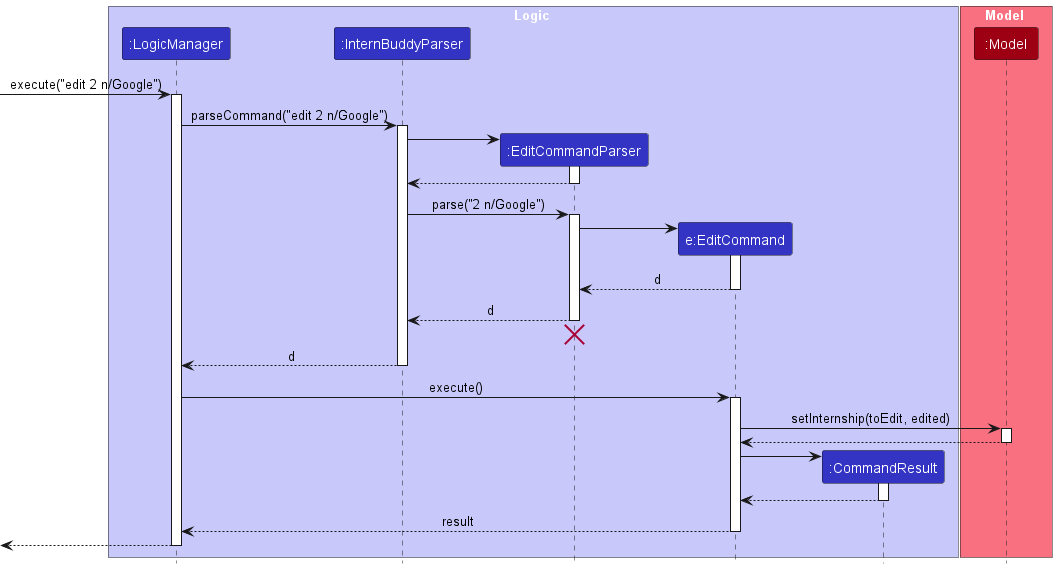
The PlantUML diagram docs/images/EditSequenceDiagram.png in nus-cs2103-AY2223S2/tp, before a commit.
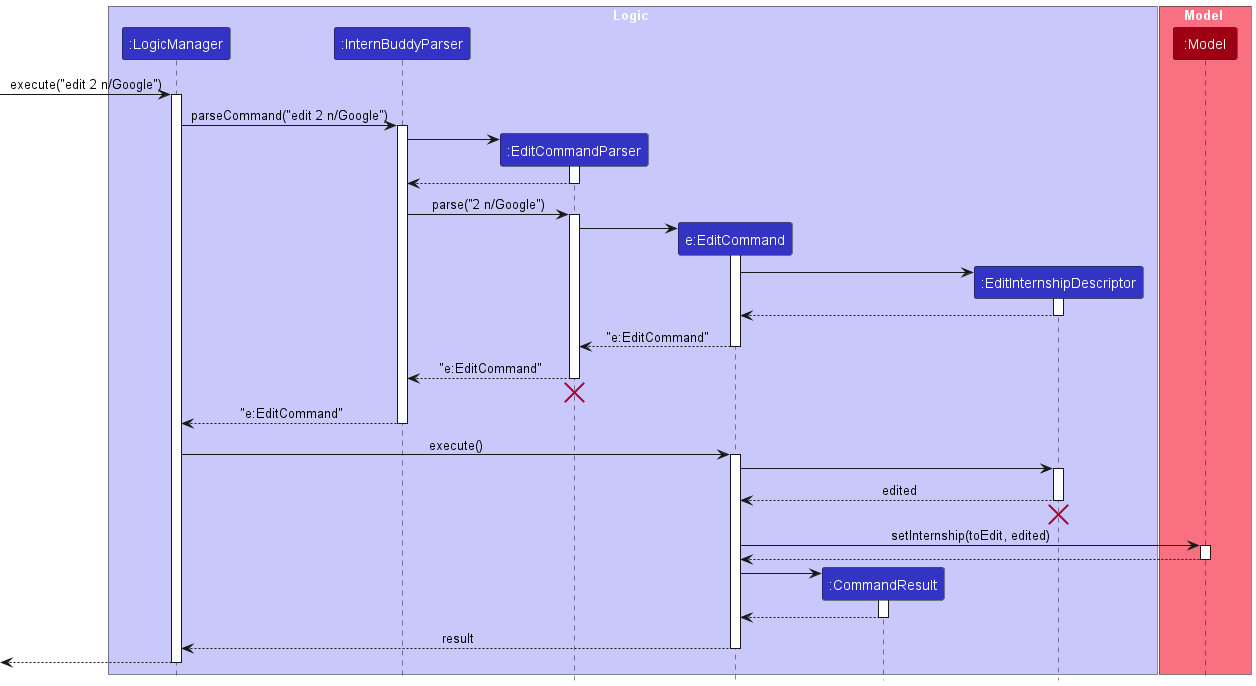
The same file after the commit.

The edit, as a diff of the source:
```diff
@@ -7,6 +7,7 @@
 participant ":EditCommandParser" as EditCommandParser LOGIC_COLOR
 participant "e:EditCommand" as EditCommand LOGIC_COLOR
 participant ":CommandResult" as CommandResult LOGIC_COLOR
+participant ":EditInternshipDescriptor" as Descriptor LOGIC_COLOR
 end box
 
 box Model MODEL_COLOR_T1
@@ -32,21 +33,30 @@
 create EditCommand
 EditCommandParser -> EditCommand
 activate EditCommand
-
-EditCommand --> EditCommandParser : d
+create Descriptor
+EditCommand -> Descriptor
+activate Descriptor
+Descriptor --> EditCommand :
+deactivate Descriptor
+EditCommand --> EditCommandParser : "e:EditCommand"
 deactivate EditCommand
 
-EditCommandParser --> InternBuddyParser : d
+EditCommandParser --> InternBuddyParser : "e:EditCommand"
 deactivate EditCommandParser
 EditCommandParser -[hidden]-> InternBuddyParser
 destroy EditCommandParser
 
-InternBuddyParser --> LogicManager : d
+InternBuddyParser --> LogicManager : "e:EditCommand"
 deactivate InternBuddyParser
 
 LogicManager -> EditCommand : execute()
 activate EditCommand
-
+EditCommand -> Descriptor
+activate Descriptor
+Descriptor --> EditCommand : edited
+deactivate Descriptor
+Descriptor -[hidden]-> EditCommand
+destroy Descriptor
 EditCommand -> Model : setInternship(toEdit, edited)
 activate Model
 
```
